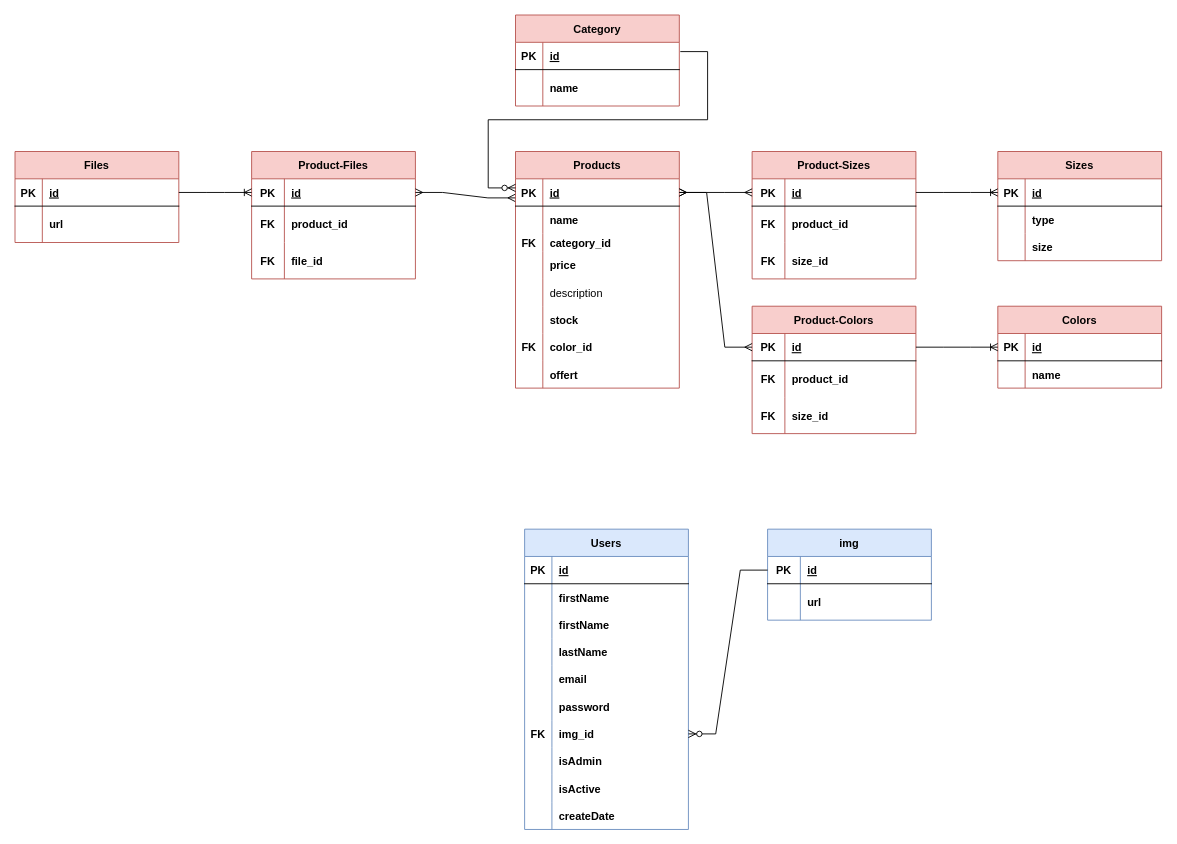
Earlier version of the draw.io diagram public/Lexaeus-database.drawio (manuel-25/Lexaeus). Source tidied: cells renumbered, new cells numbered last; positions are measured from the earlier drawing's top-left corner, leaving out a move shared by most shapes. Both pictures are drawn from the tidied source at 91%, with x=0, y=0 at pixel (15, 15).
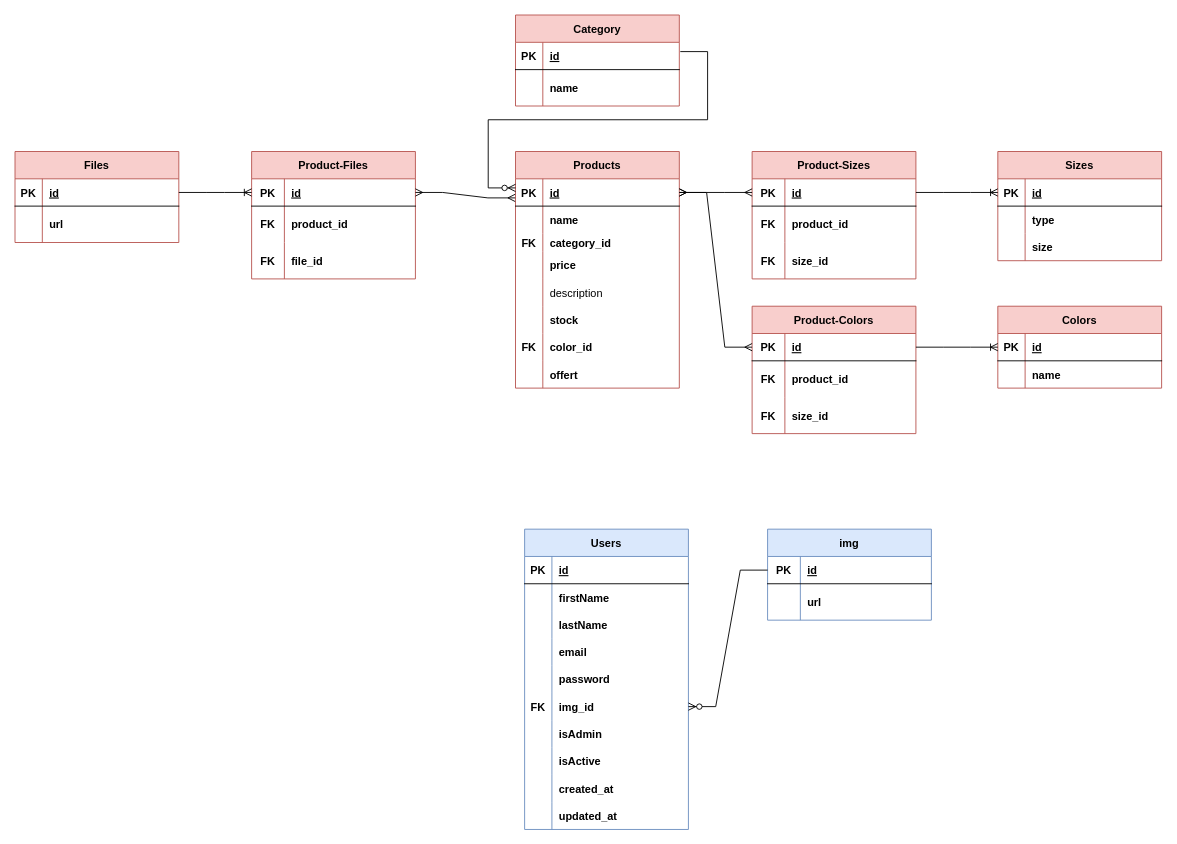
The same diagram, later.

Commit message (it also covers changes not shown here):
Pre Database - Models Created

The change refers to these unchanged cells:
```xml
<mxCell id="27" value="Users" style="shape=table;startSize=30;childLayout=tableLayout;rowLines=0;fontStyle=1;align=center;fillColor=#dae8fc;strokeColor=#6c8ebf;" parent="1" vertex="1">
  <mxGeometry x="560" y="565" width="180" height="330" as="geometry" />
</mxCell>
```

What changed in the source:
```diff
@@
-    <mxCell id="31" style="shape=tableRow;horizontal=0;startSize=0;swimlaneHead=0;swimlaneBody=0;fillColor=none;top=0;left=0;right=0;bottom=0;" parent="27" vertex="1">
-      <mxGeometry y="60" width="180" height="30" as="geometry" />
-    </mxCell>
-    <mxCell id="32" style="shape=partialRectangle;fillColor=none;top=0;left=0;bottom=0;right=0;overflow=hidden;" parent="31" vertex="1">
-      <mxGeometry width="30" height="30" as="geometry" />
-    </mxCell>
-    <mxCell id="33" value="firstName" style="shape=partialRectangle;fillColor=none;top=0;left=0;bottom=0;right=0;align=left;spacingLeft=6;overflow=hidden;fontStyle=1;" parent="31" vertex="1">
-      <mxGeometry x="30" width="150" height="30" as="geometry" />
-    </mxCell>
     <mxCell id="34" style="shape=tableRow;horizontal=0;startSize=0;swimlaneHead=0;swimlaneBody=0;fillColor=none;top=0;left=0;right=0;bottom=0;" parent="27" vertex="1">
-      <mxGeometry y="90" width="180" height="30" as="geometry" />
+      <mxGeometry y="60" width="180" height="30" as="geometry" />
     </mxCell>
@@
     <mxCell id="37" style="shape=tableRow;horizontal=0;startSize=0;swimlaneHead=0;swimlaneBody=0;fillColor=none;top=0;left=0;right=0;bottom=0;" parent="27" vertex="1">
-      <mxGeometry y="120" width="180" height="30" as="geometry" />
+      <mxGeometry y="90" width="180" height="30" as="geometry" />
     </mxCell>
@@
     <mxCell id="40" style="shape=tableRow;horizontal=0;startSize=0;swimlaneHead=0;swimlaneBody=0;fillColor=none;top=0;left=0;right=0;bottom=0;" parent="27" vertex="1">
-      <mxGeometry y="150" width="180" height="30" as="geometry" />
+      <mxGeometry y="120" width="180" height="30" as="geometry" />
     </mxCell>
@@
     <mxCell id="43" style="shape=tableRow;horizontal=0;startSize=0;swimlaneHead=0;swimlaneBody=0;fillColor=none;top=0;left=0;right=0;bottom=0;" parent="27" vertex="1">
-      <mxGeometry y="180" width="180" height="30" as="geometry" />
+      <mxGeometry y="150" width="180" height="30" as="geometry" />
     </mxCell>
@@
     <mxCell id="46" style="shape=tableRow;horizontal=0;startSize=0;swimlaneHead=0;swimlaneBody=0;fillColor=none;points=[[0,0.5],[1,0.5]];portConstraint=eastwest;top=0;left=0;right=0;bottom=0;" parent="27" vertex="1">
-      <mxGeometry y="210" width="180" height="30" as="geometry" />
+      <mxGeometry y="180" width="180" height="30" as="geometry" />
     </mxCell>
@@
     <mxCell id="49" style="shape=tableRow;horizontal=0;startSize=0;swimlaneHead=0;swimlaneBody=0;fillColor=none;top=0;left=0;right=0;bottom=0;" parent="27" vertex="1">
-      <mxGeometry y="240" width="180" height="30" as="geometry" />
+      <mxGeometry y="210" width="180" height="30" as="geometry" />
     </mxCell>
@@
     <mxCell id="52" style="shape=tableRow;horizontal=0;startSize=0;swimlaneHead=0;swimlaneBody=0;fillColor=none;top=0;left=0;right=0;bottom=0;" parent="27" vertex="1">
-      <mxGeometry y="270" width="180" height="30" as="geometry" />
+      <mxGeometry y="240" width="180" height="30" as="geometry" />
     </mxCell>
@@
     <mxCell id="55" style="shape=tableRow;horizontal=0;startSize=0;swimlaneHead=0;swimlaneBody=0;fillColor=none;top=0;left=0;right=0;bottom=0;" parent="27" vertex="1">
-      <mxGeometry y="300" width="180" height="30" as="geometry" />
+      <mxGeometry y="270" width="180" height="30" as="geometry" />
     </mxCell>
@@
-    <mxCell id="57" value="createDate" style="shape=partialRectangle;fillColor=none;top=0;left=0;bottom=0;right=0;align=left;spacingLeft=6;overflow=hidden;fontStyle=1;" parent="55" vertex="1">
+    <mxCell id="57" value="created_at" style="shape=partialRectangle;fillColor=none;top=0;left=0;bottom=0;right=0;align=left;spacingLeft=6;overflow=hidden;fontStyle=1;" parent="55" vertex="1">
       <mxGeometry x="30" width="150" height="30" as="geometry" />
     </mxCell>
+    <mxCell id="134" style="shape=tableRow;horizontal=0;startSize=0;swimlaneHead=0;swimlaneBody=0;fillColor=none;top=0;left=0;right=0;bottom=0;" parent="27" vertex="1">
+      <mxGeometry y="300" width="180" height="30" as="geometry" />
+    </mxCell>
+    <mxCell id="32" style="shape=partialRectangle;fillColor=none;top=0;left=0;bottom=0;right=0;overflow=hidden;" parent="134" vertex="1">
+      <mxGeometry width="30" height="30" as="geometry" />
+    </mxCell>
+    <mxCell id="135" value="updated_at" style="shape=partialRectangle;fillColor=none;top=0;left=0;bottom=0;right=0;align=left;spacingLeft=6;overflow=hidden;fontStyle=1;" parent="134" vertex="1">
+      <mxGeometry x="30" width="150" height="30" as="geometry" />
+    </mxCell>
```
